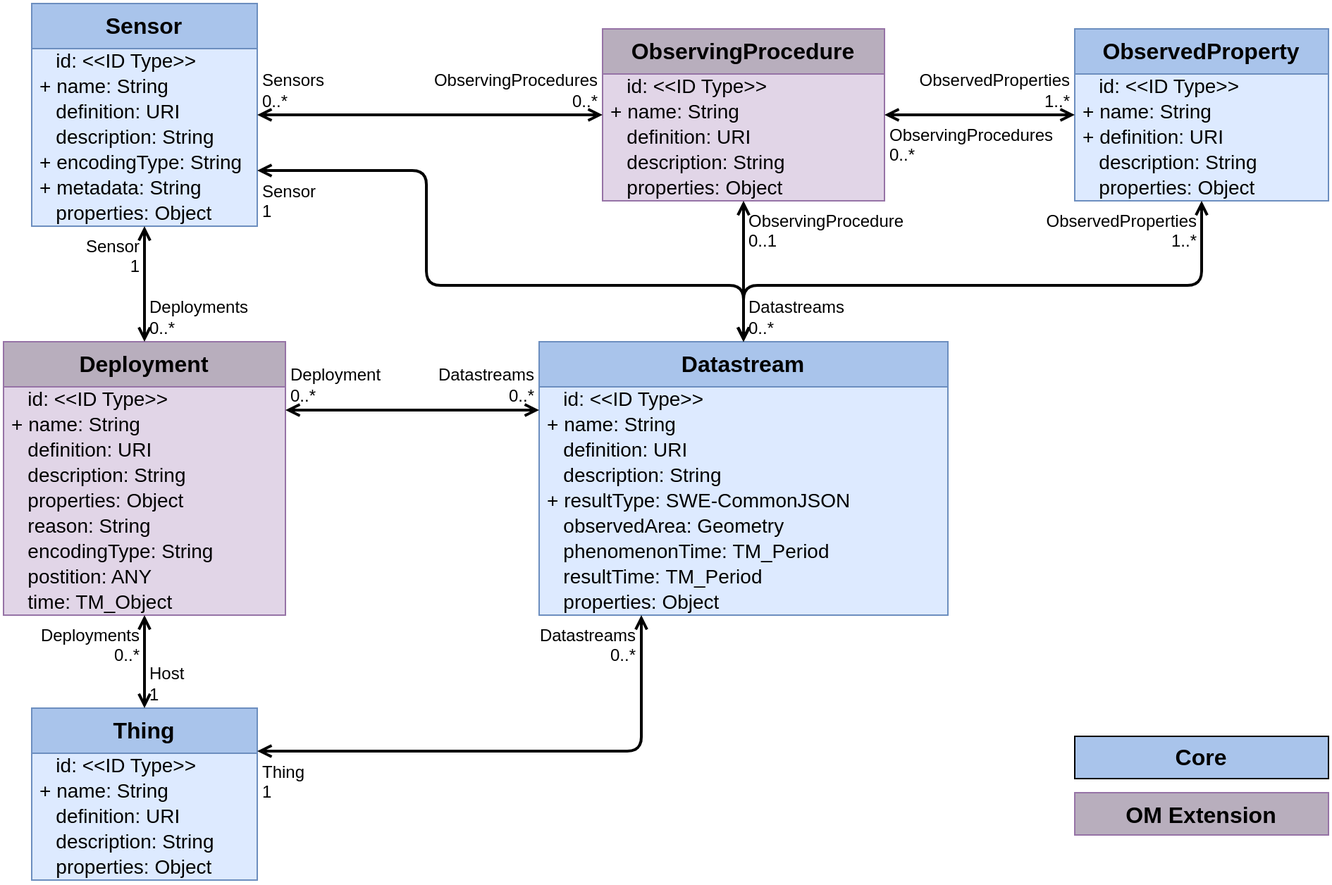
Earlier version of the draw.io export figures/Datamodel-SensorThingsApi-V2-OM.drawio.png (opengeospatial/sensorthings). Source tidied: cells renumbered, new cells last; positions are measured from the earlier drawing's top-left corner, leaving out a move shared by most shapes.
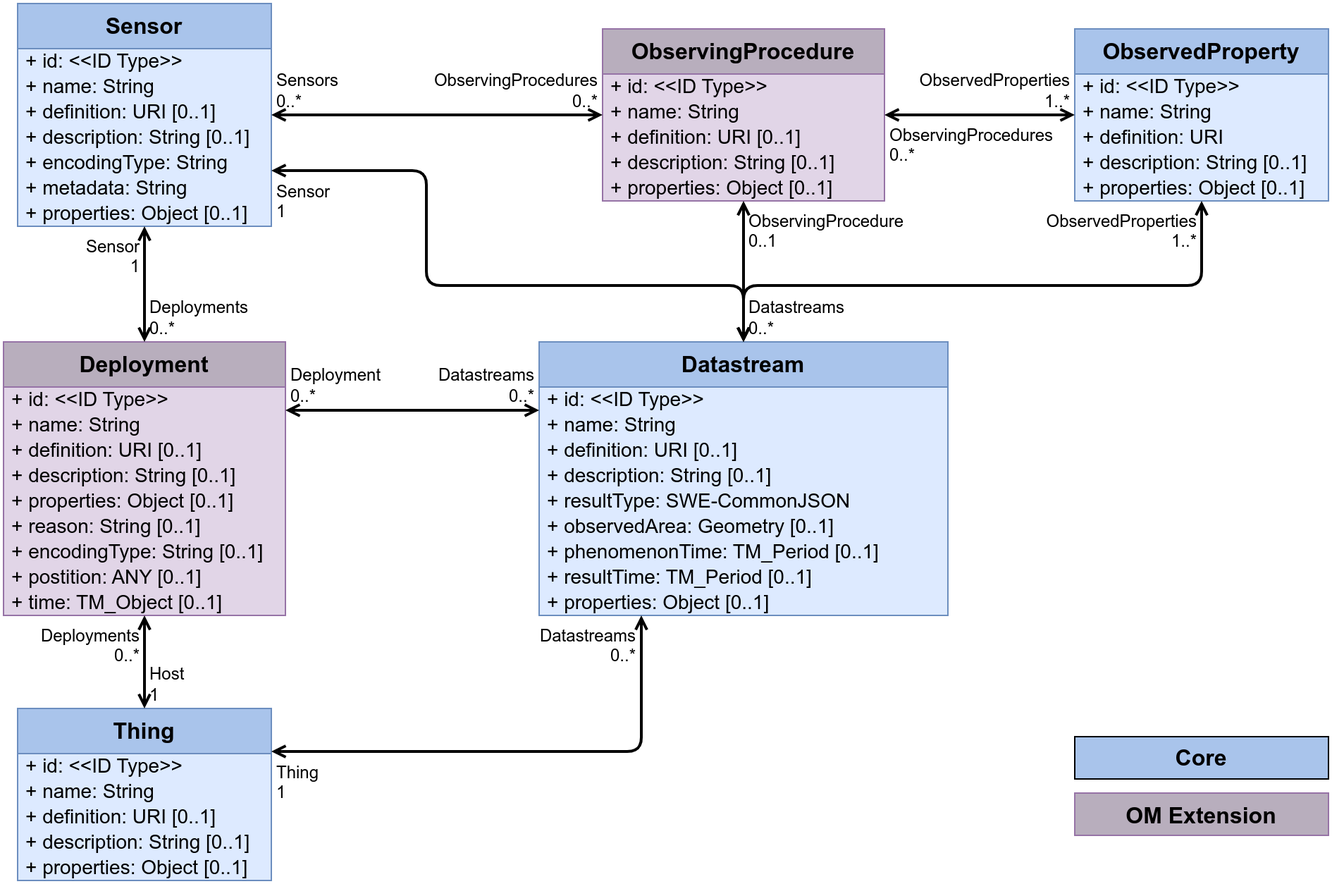
After the change.

The edit, as a diff of the source:
```diff
@@ -7,3 +7,3 @@
     </mxCell>
-    <mxCell id="3" value="&amp;nbsp;&amp;nbsp;&amp;nbsp;id: &amp;lt;&amp;lt;ID Type&amp;gt;&amp;gt;" style="text;strokeColor=none;fillColor=none;align=left;verticalAlign=middle;spacingLeft=4;spacingRight=4;overflow=visible;html=1;fontSize=14;" parent="2" vertex="1">
+    <mxCell id="3" value="+ id: &amp;lt;&amp;lt;ID Type&amp;gt;&amp;gt;" style="text;strokeColor=none;fillColor=none;align=left;verticalAlign=middle;spacingLeft=4;spacingRight=4;overflow=visible;html=1;fontSize=14;" parent="2" vertex="1">
       <mxGeometry y="32" width="290" height="18" as="geometry" />
@@ -13,6 +13,6 @@
     </mxCell>
-    <mxCell id="5" value="&amp;nbsp;&amp;nbsp;&amp;nbsp;definition: URI" style="text;strokeColor=none;fillColor=none;align=left;verticalAlign=middle;spacingLeft=4;spacingRight=4;overflow=visible;html=1;fontSize=14;" parent="2" vertex="1">
+    <mxCell id="5" value="+ definition: URI&amp;nbsp;[0..1]" style="text;strokeColor=none;fillColor=none;align=left;verticalAlign=middle;spacingLeft=4;spacingRight=4;overflow=visible;html=1;fontSize=14;" parent="2" vertex="1">
       <mxGeometry y="68" width="290" height="18" as="geometry" />
     </mxCell>
-    <mxCell id="6" value="&amp;nbsp; &amp;nbsp;description: String" style="text;strokeColor=none;fillColor=none;align=left;verticalAlign=middle;spacingLeft=4;spacingRight=4;overflow=visible;html=1;fontSize=14;" parent="2" vertex="1">
+    <mxCell id="6" value="+ description: String&amp;nbsp;[0..1]" style="text;strokeColor=none;fillColor=none;align=left;verticalAlign=middle;spacingLeft=4;spacingRight=4;overflow=visible;html=1;fontSize=14;" parent="2" vertex="1">
       <mxGeometry y="86" width="290" height="18" as="geometry" />
@@ -22,12 +22,12 @@
     </mxCell>
-    <mxCell id="8" value="&amp;nbsp;&amp;nbsp;&amp;nbsp;observedArea: Geometry" style="text;strokeColor=none;fillColor=none;align=left;verticalAlign=middle;spacingLeft=4;spacingRight=4;overflow=visible;html=1;fontSize=14;" parent="2" vertex="1">
+    <mxCell id="8" value="+ observedArea: Geometry&amp;nbsp;[0..1]" style="text;strokeColor=none;fillColor=none;align=left;verticalAlign=middle;spacingLeft=4;spacingRight=4;overflow=visible;html=1;fontSize=14;" parent="2" vertex="1">
       <mxGeometry y="122" width="290" height="18" as="geometry" />
     </mxCell>
-    <mxCell id="9" value="&amp;nbsp;&amp;nbsp;&amp;nbsp;phenomenonTime:&amp;nbsp;TM_Period" style="text;strokeColor=none;fillColor=none;align=left;verticalAlign=middle;spacingLeft=4;spacingRight=4;overflow=visible;html=1;fontSize=14;" parent="2" vertex="1">
+    <mxCell id="9" value="+ phenomenonTime:&amp;nbsp;TM_Period&amp;nbsp;[0..1]" style="text;strokeColor=none;fillColor=none;align=left;verticalAlign=middle;spacingLeft=4;spacingRight=4;overflow=visible;html=1;fontSize=14;" parent="2" vertex="1">
       <mxGeometry y="140" width="290" height="18" as="geometry" />
     </mxCell>
-    <mxCell id="10" value="&amp;nbsp;&amp;nbsp;&amp;nbsp;resultTime:&amp;nbsp;TM_Period" style="text;strokeColor=none;fillColor=none;align=left;verticalAlign=middle;spacingLeft=4;spacingRight=4;overflow=visible;html=1;fontSize=14;" parent="2" vertex="1">
+    <mxCell id="10" value="+ resultTime:&amp;nbsp;TM_Period&amp;nbsp;[0..1]" style="text;strokeColor=none;fillColor=none;align=left;verticalAlign=middle;spacingLeft=4;spacingRight=4;overflow=visible;html=1;fontSize=14;" parent="2" vertex="1">
       <mxGeometry y="158" width="290" height="18" as="geometry" />
     </mxCell>
-    <mxCell id="11" value="&amp;nbsp;&amp;nbsp;&amp;nbsp;properties: Object" style="text;strokeColor=none;fillColor=none;align=left;verticalAlign=middle;spacingLeft=4;spacingRight=4;overflow=visible;html=1;fontSize=14;" parent="2" vertex="1">
+    <mxCell id="11" value="+ properties: Object&amp;nbsp;[0..1]" style="text;strokeColor=none;fillColor=none;align=left;verticalAlign=middle;spacingLeft=4;spacingRight=4;overflow=visible;html=1;fontSize=14;" parent="2" vertex="1">
       <mxGeometry y="176" width="290" height="18" as="geometry" />
@@ -37,3 +37,3 @@
     </mxCell>
-    <mxCell id="13" value="&amp;nbsp;&amp;nbsp;&amp;nbsp;id: &amp;lt;&amp;lt;ID Type&amp;gt;&amp;gt;" style="text;strokeColor=none;fillColor=none;align=left;verticalAlign=middle;spacingLeft=4;spacingRight=4;overflow=visible;html=1;fontSize=14;" parent="12" vertex="1">
+    <mxCell id="13" value="+&amp;nbsp;id: &amp;lt;&amp;lt;ID Type&amp;gt;&amp;gt;" style="text;strokeColor=none;fillColor=none;align=left;verticalAlign=middle;spacingLeft=4;spacingRight=4;overflow=visible;html=1;fontSize=14;" parent="12" vertex="1">
       <mxGeometry y="32" width="200" height="18" as="geometry" />
@@ -43,21 +43,21 @@
     </mxCell>
-    <mxCell id="15" value="&amp;nbsp;&amp;nbsp;&amp;nbsp;definition: URI" style="text;strokeColor=none;fillColor=none;align=left;verticalAlign=middle;spacingLeft=4;spacingRight=4;overflow=visible;html=1;fontSize=14;" parent="12" vertex="1">
+    <mxCell id="15" value="&lt;div style=&quot;&quot;&gt;&lt;span style=&quot;background-color: initial;&quot;&gt;+&amp;nbsp;definition: URI&amp;nbsp;[0..1]&lt;/span&gt;&lt;/div&gt;" style="text;strokeColor=none;fillColor=none;align=left;verticalAlign=middle;spacingLeft=4;spacingRight=4;overflow=visible;html=1;fontSize=14;" parent="12" vertex="1">
       <mxGeometry y="68" width="200" height="18" as="geometry" />
     </mxCell>
-    <mxCell id="16" value="&amp;nbsp;&amp;nbsp;&amp;nbsp;description: String" style="text;strokeColor=none;fillColor=none;align=left;verticalAlign=middle;spacingLeft=4;spacingRight=4;overflow=visible;html=1;fontSize=14;" parent="12" vertex="1">
+    <mxCell id="16" value="+&amp;nbsp;description: String&amp;nbsp;[0..1]" style="text;strokeColor=none;fillColor=none;align=left;verticalAlign=middle;spacingLeft=4;spacingRight=4;overflow=visible;html=1;fontSize=14;" parent="12" vertex="1">
       <mxGeometry y="86" width="200" height="18" as="geometry" />
     </mxCell>
-    <mxCell id="17" value="&amp;nbsp;&amp;nbsp;&amp;nbsp;properties: Object" style="text;strokeColor=none;fillColor=none;align=left;verticalAlign=middle;spacingLeft=4;spacingRight=4;overflow=visible;html=1;fontSize=14;" parent="12" vertex="1">
+    <mxCell id="17" value="+&amp;nbsp;properties: Object&amp;nbsp;[0..1]" style="text;strokeColor=none;fillColor=none;align=left;verticalAlign=middle;spacingLeft=4;spacingRight=4;overflow=visible;html=1;fontSize=14;" parent="12" vertex="1">
       <mxGeometry y="104" width="200" height="18" as="geometry" />
     </mxCell>
-    <mxCell id="18" value="&amp;nbsp;&amp;nbsp;&amp;nbsp;reason: String" style="text;strokeColor=none;fillColor=none;align=left;verticalAlign=middle;spacingLeft=4;spacingRight=4;overflow=visible;html=1;fontSize=14;" parent="12" vertex="1">
+    <mxCell id="18" value="+&amp;nbsp;reason: String&amp;nbsp;[0..1]" style="text;strokeColor=none;fillColor=none;align=left;verticalAlign=middle;spacingLeft=4;spacingRight=4;overflow=visible;html=1;fontSize=14;" parent="12" vertex="1">
       <mxGeometry y="122" width="200" height="18" as="geometry" />
     </mxCell>
-    <mxCell id="19" value="&amp;nbsp; &amp;nbsp;encodingType: String" style="text;strokeColor=none;fillColor=none;align=left;verticalAlign=middle;spacingLeft=4;spacingRight=4;overflow=visible;html=1;fontSize=14;" parent="12" vertex="1">
+    <mxCell id="19" value="+&amp;nbsp;encodingType: String&amp;nbsp;[0..1]" style="text;strokeColor=none;fillColor=none;align=left;verticalAlign=middle;spacingLeft=4;spacingRight=4;overflow=visible;html=1;fontSize=14;" parent="12" vertex="1">
       <mxGeometry y="140" width="200" height="18" as="geometry" />
     </mxCell>
-    <mxCell id="20" value="&amp;nbsp;&amp;nbsp;&amp;nbsp;postition: ANY" style="text;strokeColor=none;fillColor=none;align=left;verticalAlign=middle;spacingLeft=4;spacingRight=4;overflow=visible;html=1;fontSize=14;" parent="12" vertex="1">
+    <mxCell id="20" value="+&amp;nbsp;postition: ANY&amp;nbsp;[0..1]" style="text;strokeColor=none;fillColor=none;align=left;verticalAlign=middle;spacingLeft=4;spacingRight=4;overflow=visible;html=1;fontSize=14;" parent="12" vertex="1">
       <mxGeometry y="158" width="200" height="18" as="geometry" />
     </mxCell>
-    <mxCell id="21" value="&amp;nbsp;&amp;nbsp;&amp;nbsp;time: TM_Object" style="text;strokeColor=none;fillColor=none;align=left;verticalAlign=middle;spacingLeft=4;spacingRight=4;overflow=visible;html=1;fontSize=14;" parent="12" vertex="1">
+    <mxCell id="21" value="+&amp;nbsp;time: TM_Object&amp;nbsp;[0..1]" style="text;strokeColor=none;fillColor=none;align=left;verticalAlign=middle;spacingLeft=4;spacingRight=4;overflow=visible;html=1;fontSize=14;" parent="12" vertex="1">
       <mxGeometry y="176" width="200" height="18" as="geometry" />
@@ -67,3 +67,3 @@
     </mxCell>
-    <mxCell id="23" value="&amp;nbsp;&amp;nbsp;&amp;nbsp;id: &amp;lt;&amp;lt;ID Type&amp;gt;&amp;gt;" style="text;strokeColor=none;fillColor=none;align=left;verticalAlign=middle;spacingLeft=4;spacingRight=4;overflow=visible;html=1;fontSize=14;" parent="22" vertex="1">
+    <mxCell id="23" value="+ id: &amp;lt;&amp;lt;ID Type&amp;gt;&amp;gt;" style="text;strokeColor=none;fillColor=none;align=left;verticalAlign=middle;spacingLeft=4;spacingRight=4;overflow=visible;html=1;fontSize=14;" parent="22" vertex="1">
       <mxGeometry y="32" width="180" height="18" as="geometry" />
@@ -76,6 +76,6 @@
     </mxCell>
-    <mxCell id="26" value="&amp;nbsp; &amp;nbsp;description: String" style="text;strokeColor=none;fillColor=none;align=left;verticalAlign=middle;spacingLeft=4;spacingRight=4;overflow=visible;html=1;fontSize=14;" parent="22" vertex="1">
+    <mxCell id="26" value="+ description: String&amp;nbsp;[0..1]" style="text;strokeColor=none;fillColor=none;align=left;verticalAlign=middle;spacingLeft=4;spacingRight=4;overflow=visible;html=1;fontSize=14;" parent="22" vertex="1">
       <mxGeometry y="86" width="180" height="18" as="geometry" />
     </mxCell>
-    <mxCell id="27" value="&amp;nbsp;&amp;nbsp;&amp;nbsp;properties: Object" style="text;strokeColor=none;fillColor=none;align=left;verticalAlign=middle;spacingLeft=4;spacingRight=4;overflow=visible;html=1;fontSize=14;" parent="22" vertex="1">
+    <mxCell id="27" value="+ properties: Object&amp;nbsp;[0..1]" style="text;strokeColor=none;fillColor=none;align=left;verticalAlign=middle;spacingLeft=4;spacingRight=4;overflow=visible;html=1;fontSize=14;" parent="22" vertex="1">
       <mxGeometry y="104" width="180" height="18" as="geometry" />
@@ -99,3 +99,3 @@
     </mxCell>
-    <mxCell id="32" value="&amp;nbsp;&amp;nbsp;&amp;nbsp;id: &amp;lt;&amp;lt;ID Type&amp;gt;&amp;gt;" style="text;strokeColor=none;fillColor=none;align=left;verticalAlign=middle;spacingLeft=4;spacingRight=4;overflow=visible;html=1;fontSize=14;" parent="31" vertex="1">
+    <mxCell id="32" value="+ id: &amp;lt;&amp;lt;ID Type&amp;gt;&amp;gt;" style="text;strokeColor=none;fillColor=none;align=left;verticalAlign=middle;spacingLeft=4;spacingRight=4;overflow=visible;html=1;fontSize=14;" parent="31" vertex="1">
       <mxGeometry y="32" width="200" height="18" as="geometry" />
@@ -105,9 +105,9 @@
     </mxCell>
-    <mxCell id="34" value="&amp;nbsp;&amp;nbsp;&amp;nbsp;definition: URI" style="text;strokeColor=none;fillColor=none;align=left;verticalAlign=middle;spacingLeft=4;spacingRight=4;overflow=visible;html=1;fontSize=14;" parent="31" vertex="1">
+    <mxCell id="34" value="+ definition: URI&amp;nbsp;[0..1]" style="text;strokeColor=none;fillColor=none;align=left;verticalAlign=middle;spacingLeft=4;spacingRight=4;overflow=visible;html=1;fontSize=14;" parent="31" vertex="1">
       <mxGeometry y="68" width="200" height="18" as="geometry" />
     </mxCell>
-    <mxCell id="35" value="&amp;nbsp;&amp;nbsp;&amp;nbsp;description: String" style="text;strokeColor=none;fillColor=none;align=left;verticalAlign=middle;spacingLeft=4;spacingRight=4;overflow=visible;html=1;fontSize=14;" parent="31" vertex="1">
+    <mxCell id="35" value="+ description: String&amp;nbsp;[0..1]" style="text;strokeColor=none;fillColor=none;align=left;verticalAlign=middle;spacingLeft=4;spacingRight=4;overflow=visible;html=1;fontSize=14;" parent="31" vertex="1">
       <mxGeometry y="86" width="200" height="18" as="geometry" />
     </mxCell>
-    <mxCell id="36" value="&amp;nbsp;&amp;nbsp;&amp;nbsp;properties: Object" style="text;strokeColor=none;fillColor=none;align=left;verticalAlign=middle;spacingLeft=4;spacingRight=4;overflow=visible;html=1;fontSize=14;" parent="31" vertex="1">
+    <mxCell id="36" value="+ properties: Object&amp;nbsp;[0..1]" style="text;strokeColor=none;fillColor=none;align=left;verticalAlign=middle;spacingLeft=4;spacingRight=4;overflow=visible;html=1;fontSize=14;" parent="31" vertex="1">
       <mxGeometry y="104" width="200" height="18" as="geometry" />
@@ -121,24 +121,24 @@
     <mxCell id="39" value="Sensor" style="swimlane;fontStyle=1;horizontal=1;startSize=32;fontSize=16;whiteSpace=wrap;html=1;fillColor=#A9C4EB;strokeColor=#6c8ebf;swimlaneFillColor=#DDEAFF;verticalAlign=top;" parent="1" vertex="1">
-      <mxGeometry x="20" width="160" height="158" as="geometry" />
+      <mxGeometry x="10" width="180" height="158" as="geometry" />
     </mxCell>
-    <mxCell id="40" value="&amp;nbsp;&amp;nbsp;&amp;nbsp;id: &amp;lt;&amp;lt;ID Type&amp;gt;&amp;gt;" style="text;strokeColor=none;fillColor=none;align=left;verticalAlign=middle;spacingLeft=4;spacingRight=4;overflow=visible;html=1;fontSize=14;" parent="39" vertex="1">
-      <mxGeometry y="32" width="160" height="18" as="geometry" />
+    <mxCell id="40" value="+&amp;nbsp;id: &amp;lt;&amp;lt;ID Type&amp;gt;&amp;gt;" style="text;strokeColor=none;fillColor=none;align=left;verticalAlign=middle;spacingLeft=4;spacingRight=4;overflow=visible;html=1;fontSize=14;" parent="39" vertex="1">
+      <mxGeometry y="32" width="180" height="18" as="geometry" />
     </mxCell>
     <mxCell id="41" value="+ name: String" style="text;strokeColor=none;fillColor=none;align=left;verticalAlign=middle;spacingLeft=4;spacingRight=4;overflow=visible;html=1;fontSize=14;" parent="39" vertex="1">
-      <mxGeometry y="50" width="160" height="18" as="geometry" />
+      <mxGeometry y="50" width="180" height="18" as="geometry" />
     </mxCell>
-    <mxCell id="42" value="&amp;nbsp;&amp;nbsp;&amp;nbsp;definition: URI" style="text;strokeColor=none;fillColor=none;align=left;verticalAlign=middle;spacingLeft=4;spacingRight=4;overflow=visible;html=1;fontSize=14;" parent="39" vertex="1">
-      <mxGeometry y="68" width="160" height="18" as="geometry" />
+    <mxCell id="42" value="+&amp;nbsp;definition: URI [0..1]" style="text;strokeColor=none;fillColor=none;align=left;verticalAlign=middle;spacingLeft=4;spacingRight=4;overflow=visible;html=1;fontSize=14;" parent="39" vertex="1">
+      <mxGeometry y="68" width="180" height="18" as="geometry" />
     </mxCell>
-    <mxCell id="43" value="&amp;nbsp; &amp;nbsp;description: String" style="text;strokeColor=none;fillColor=none;align=left;verticalAlign=middle;spacingLeft=4;spacingRight=4;overflow=visible;html=1;fontSize=14;" parent="39" vertex="1">
-      <mxGeometry y="86" width="160" height="18" as="geometry" />
+    <mxCell id="43" value="+&amp;nbsp;description: String&amp;nbsp;[0..1]" style="text;strokeColor=none;fillColor=none;align=left;verticalAlign=middle;spacingLeft=4;spacingRight=4;overflow=visible;html=1;fontSize=14;" parent="39" vertex="1">
+      <mxGeometry y="86" width="180" height="18" as="geometry" />
     </mxCell>
     <mxCell id="44" value="+ encodingType: String" style="text;strokeColor=none;fillColor=none;align=left;verticalAlign=middle;spacingLeft=4;spacingRight=4;overflow=visible;html=1;fontSize=14;" parent="39" vertex="1">
-      <mxGeometry y="104" width="160" height="18" as="geometry" />
+      <mxGeometry y="104" width="180" height="18" as="geometry" />
     </mxCell>
     <mxCell id="45" value="+ metadata: String" style="text;strokeColor=none;fillColor=none;align=left;verticalAlign=middle;spacingLeft=4;spacingRight=4;overflow=visible;html=1;fontSize=14;" parent="39" vertex="1">
-      <mxGeometry y="122" width="160" height="18" as="geometry" />
+      <mxGeometry y="122" width="180" height="18" as="geometry" />
     </mxCell>
-    <mxCell id="46" value="&amp;nbsp;&amp;nbsp;&amp;nbsp;properties: Object" style="text;strokeColor=none;fillColor=none;align=left;verticalAlign=middle;spacingLeft=4;spacingRight=4;overflow=visible;html=1;fontSize=14;" parent="39" vertex="1">
-      <mxGeometry y="140" width="160" height="18" as="geometry" />
+    <mxCell id="46" value="+&amp;nbsp;properties: Object&amp;nbsp;[0..1]" style="text;strokeColor=none;fillColor=none;align=left;verticalAlign=middle;spacingLeft=4;spacingRight=4;overflow=visible;html=1;fontSize=14;" parent="39" vertex="1">
+      <mxGeometry y="140" width="180" height="18" as="geometry" />
     </mxCell>
@@ -175,18 +175,18 @@
     <mxCell id="55" value="Thing" style="swimlane;fontStyle=1;horizontal=1;startSize=32;fontSize=16;whiteSpace=wrap;html=1;fillColor=#A9C4EB;strokeColor=#6c8ebf;swimlaneFillColor=#DDEAFF;verticalAlign=top;" parent="1" vertex="1">
-      <mxGeometry x="20" y="500" width="160" height="122" as="geometry" />
+      <mxGeometry x="10" y="500" width="180" height="122" as="geometry" />
     </mxCell>
-    <mxCell id="56" value="&amp;nbsp;&amp;nbsp;&amp;nbsp;id: &amp;lt;&amp;lt;ID Type&amp;gt;&amp;gt;" style="text;strokeColor=none;fillColor=none;align=left;verticalAlign=middle;spacingLeft=4;spacingRight=4;overflow=visible;html=1;fontSize=14;" parent="55" vertex="1">
-      <mxGeometry y="32" width="160" height="18" as="geometry" />
+    <mxCell id="56" value="+&amp;nbsp;id: &amp;lt;&amp;lt;ID Type&amp;gt;&amp;gt;" style="text;strokeColor=none;fillColor=none;align=left;verticalAlign=middle;spacingLeft=4;spacingRight=4;overflow=visible;html=1;fontSize=14;" parent="55" vertex="1">
+      <mxGeometry y="32" width="180" height="18" as="geometry" />
     </mxCell>
     <mxCell id="57" value="+ name: String" style="text;strokeColor=none;fillColor=none;align=left;verticalAlign=middle;spacingLeft=4;spacingRight=4;overflow=visible;html=1;fontSize=14;" parent="55" vertex="1">
-      <mxGeometry y="50" width="160" height="18" as="geometry" />
+      <mxGeometry y="50" width="180" height="18" as="geometry" />
     </mxCell>
-    <mxCell id="58" value="&amp;nbsp;&amp;nbsp;&amp;nbsp;definition: URI" style="text;strokeColor=none;fillColor=none;align=left;verticalAlign=middle;spacingLeft=4;spacingRight=4;overflow=visible;html=1;fontSize=14;" parent="55" vertex="1">
-      <mxGeometry y="68" width="160" height="18" as="geometry" />
+    <mxCell id="58" value="+ definition: URI&amp;nbsp;[0..1]" style="text;strokeColor=none;fillColor=none;align=left;verticalAlign=middle;spacingLeft=4;spacingRight=4;overflow=visible;html=1;fontSize=14;" parent="55" vertex="1">
+      <mxGeometry y="68" width="180" height="18" as="geometry" />
     </mxCell>
-    <mxCell id="59" value="&amp;nbsp; &amp;nbsp;description: String" style="text;strokeColor=none;fillColor=none;align=left;verticalAlign=middle;spacingLeft=4;spacingRight=4;overflow=visible;html=1;fontSize=14;" parent="55" vertex="1">
-      <mxGeometry y="86" width="160" height="18" as="geometry" />
+    <mxCell id="59" value="+ description: String&amp;nbsp;[0..1]" style="text;strokeColor=none;fillColor=none;align=left;verticalAlign=middle;spacingLeft=4;spacingRight=4;overflow=visible;html=1;fontSize=14;" parent="55" vertex="1">
+      <mxGeometry y="86" width="180" height="18" as="geometry" />
     </mxCell>
-    <mxCell id="60" value="&amp;nbsp;&amp;nbsp;&amp;nbsp;properties: Object" style="text;strokeColor=none;fillColor=none;align=left;verticalAlign=middle;spacingLeft=4;spacingRight=4;overflow=visible;html=1;fontSize=14;" parent="55" vertex="1">
-      <mxGeometry y="104" width="160" height="18" as="geometry" />
+    <mxCell id="60" value="+ properties: Object&amp;nbsp;[0..1]" style="text;strokeColor=none;fillColor=none;align=left;verticalAlign=middle;spacingLeft=4;spacingRight=4;overflow=visible;html=1;fontSize=14;" parent="55" vertex="1">
+      <mxGeometry y="104" width="180" height="18" as="geometry" />
     </mxCell>
```
